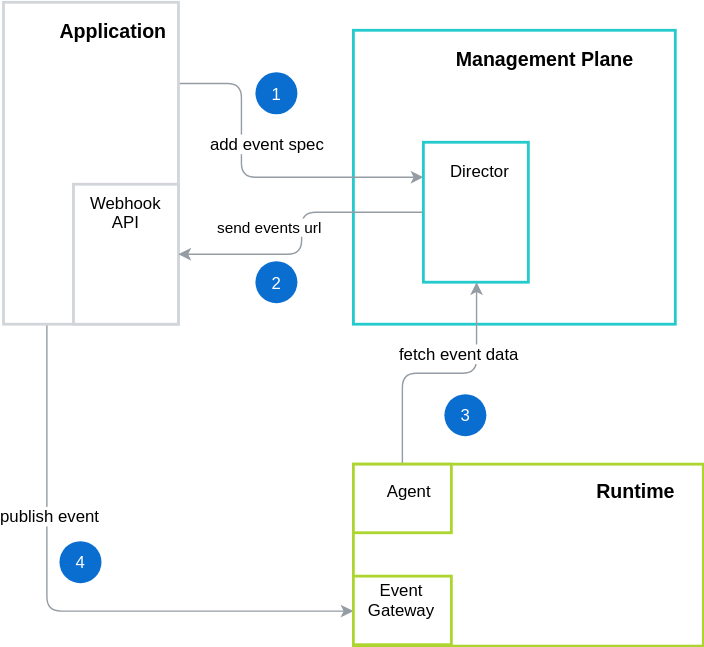
Before: docs/architecture/assets/internal-event-flow.svg, a diagram exported from draw.io (kyma-incubator/compass). Source tidied: cells renumbered, new cells last; positions are measured from the earlier drawing's top-left corner, leaving out a move shared by most shapes.
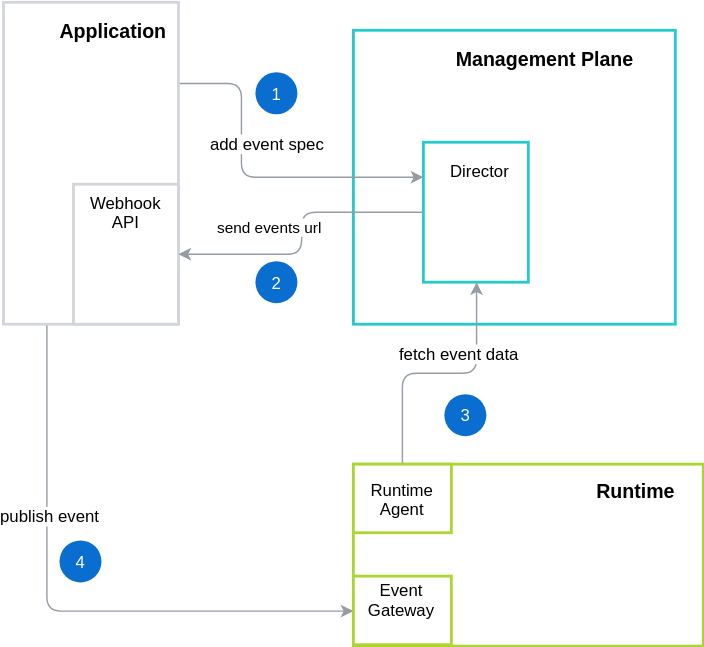
After the change.

What changed in the source:
```diff
@@ -72,8 +72,8 @@
     <mxCell id="20" style="rounded=0;whiteSpace=wrap;html=1;strokeColor=#ACD62F;strokeWidth=2;horizontal=1;" parent="1" vertex="1">
       <mxGeometry x="250" y="330" width="70" height="49" as="geometry" />
     </mxCell>
-    <mxCell id="21" value="Agent&lt;br&gt;" style="text;html=1;strokeColor=none;fillColor=none;align=center;verticalAlign=middle;whiteSpace=wrap;rounded=0;" parent="1" vertex="1">
-      <mxGeometry x="270" y="339" width="40" height="20" as="geometry" />
+    <mxCell id="21" value="Runtime Agent" style="text;html=1;strokeColor=none;fillColor=none;align=center;verticalAlign=middle;whiteSpace=wrap;rounded=0;" parent="1" vertex="1">
+      <mxGeometry x="265" y="344.5" width="40" height="20" as="geometry" />
     </mxCell>
     <mxCell id="22" value="2&lt;br&gt;" style="verticalLabelPosition=middle;verticalAlign=middle;html=1;strokeWidth=2;shape=mxgraph.flowchart.on-page_reference;fillColor=#0A6ED1;strokeColor=none;fontFamily=Helvetica;labelPosition=center;align=center;fontColor=#FFFFFF;" parent="1" vertex="1">
       <mxGeometry x="180" y="185" width="30" height="30" as="geometry" />
```
